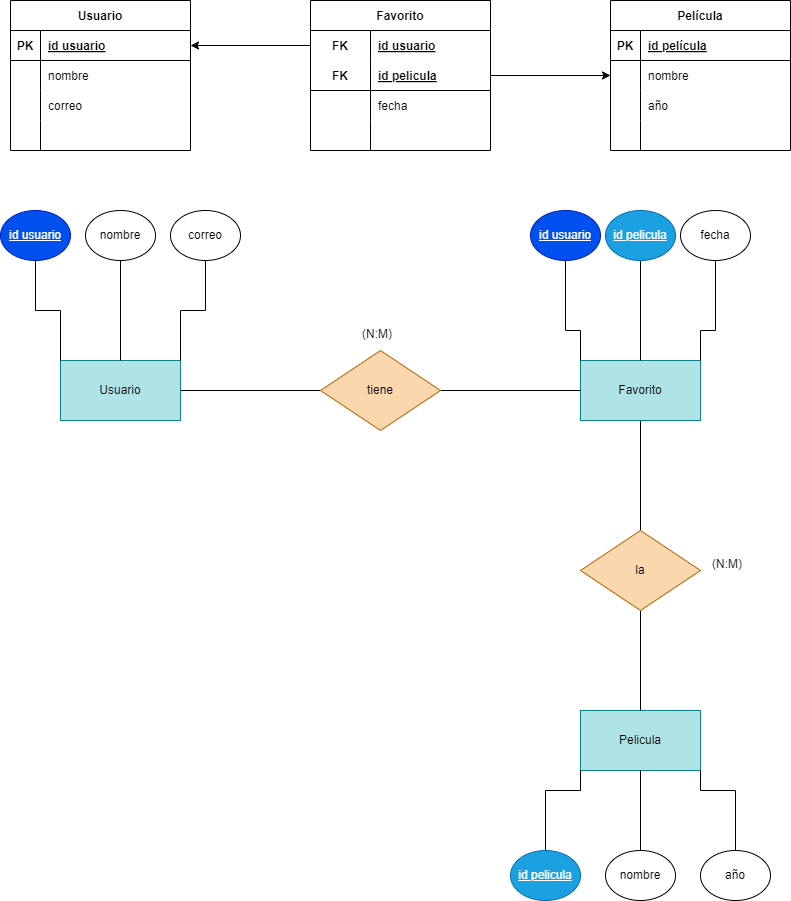
The draw.io diagram Tareas/Unidad2/ejercicio2.6.drawio.png in WhiteCascade/BAE, before a commit. Source tidied: cells renumbered, new cells last; positions are measured from the earlier drawing's top-left corner, leaving out a move shared by most shapes.
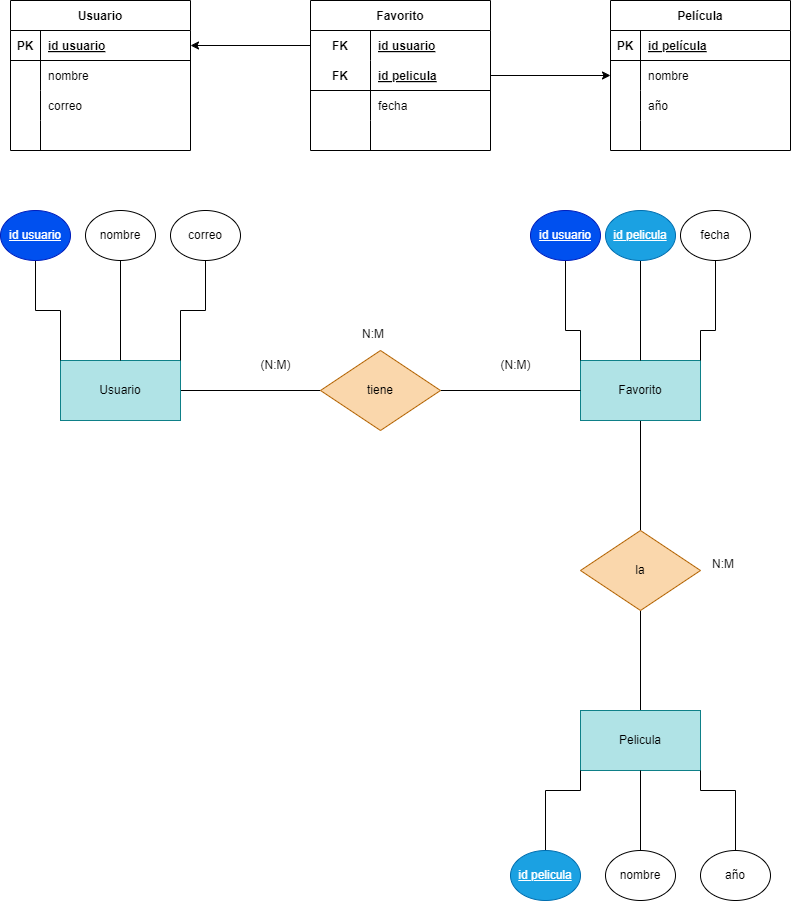
The same file after the commit.

Diff of the diagram source:
```diff
@@ -236,11 +236,17 @@
     <mxCell id="69" value="año" style="ellipse;whiteSpace=wrap;html=1;" parent="1" vertex="1">
       <mxGeometry x="700" y="850" width="70" height="50" as="geometry" />
     </mxCell>
-    <mxCell id="70" value="(N:M)" style="text;whiteSpace=wrap;html=1;" parent="1" vertex="1">
+    <mxCell id="70" value="N:M" style="text;whiteSpace=wrap;html=1;" parent="1" vertex="1">
       <mxGeometry x="710" y="550" width="60" height="40" as="geometry" />
     </mxCell>
-    <mxCell id="71" value="(N:M)" style="text;whiteSpace=wrap;html=1;" parent="1" vertex="1">
+    <mxCell id="71" value="N:M" style="text;whiteSpace=wrap;html=1;" parent="1" vertex="1">
       <mxGeometry x="360" y="320" width="60" height="40" as="geometry" />
     </mxCell>
+    <mxCell id="72" value="(N:M)" style="text;html=1;align=center;verticalAlign=middle;strokeColor=none;fillColor=none;" parent="1" vertex="1">
+      <mxGeometry x="250" y="350" width="50" height="30" as="geometry" />
+    </mxCell>
+    <mxCell id="73" value="(N:M)" style="text;html=1;align=center;verticalAlign=middle;strokeColor=none;fillColor=none;" parent="1" vertex="1">
+      <mxGeometry x="490" y="350" width="50" height="30" as="geometry" />
+    </mxCell>
   </root>
 </mxGraphModel>
```
